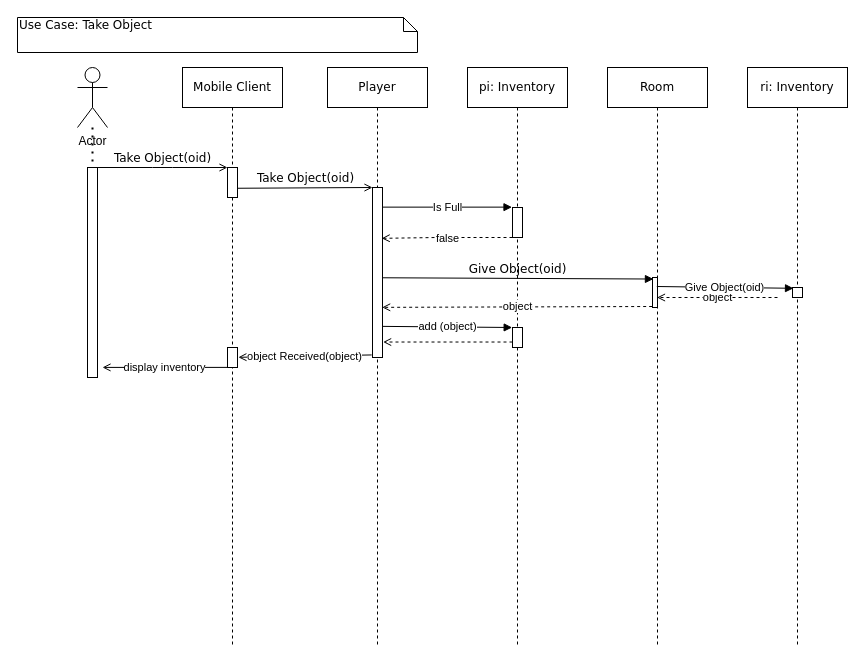
This is MUD Sequence_Give.drawio from rudfor/MUD, a draw.io file, before an edit. Source tidied: cells renumbered, new cells numbered last; positions are measured from the earlier drawing's top-left corner, leaving out a move shared by most shapes. Both pictures are drawn from the tidied source at 100%, with x=0, y=0 at pixel (17, 17).
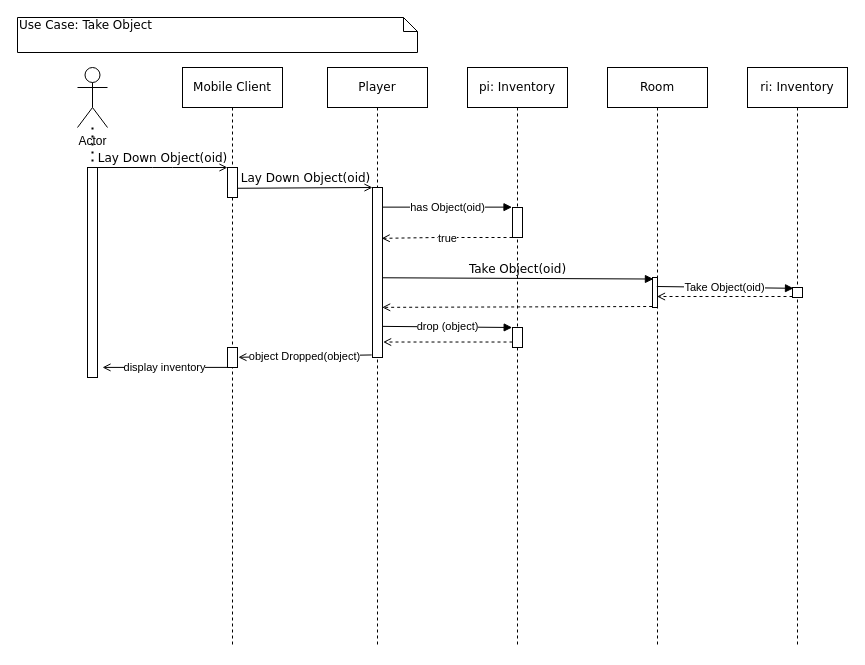
After the change.

Unchanged cells that the change refers to:
```xml
<mxCell id="3" style="html=1;points=[];perimeter=orthogonalPerimeter;rounded=0;shadow=0;comic=0;labelBackgroundColor=none;strokeWidth=1;fontFamily=Verdana;fontSize=12;align=center;" parent="2" vertex="1">
  <mxGeometry x="45" y="100" width="10" height="30" as="geometry" />
</mxCell>
<mxCell id="4" style="html=1;points=[];perimeter=orthogonalPerimeter;rounded=0;shadow=0;comic=0;labelBackgroundColor=none;strokeWidth=1;fontFamily=Verdana;fontSize=12;align=center;" parent="2" vertex="1">
  <mxGeometry x="45" y="280" width="10" height="20" as="geometry" />
</mxCell>
<mxCell id="6" style="html=1;points=[];perimeter=orthogonalPerimeter;rounded=0;shadow=0;comic=0;labelBackgroundColor=none;strokeWidth=1;fontFamily=Verdana;fontSize=12;align=center;" parent="5" vertex="1">
  <mxGeometry x="45" y="120" width="10" height="170" as="geometry" />
</mxCell>
<mxCell id="8" style="html=1;points=[];perimeter=orthogonalPerimeter;rounded=0;shadow=0;comic=0;labelBackgroundColor=none;strokeWidth=1;fontFamily=Verdana;fontSize=12;align=center;" parent="7" vertex="1">
  <mxGeometry x="45" y="260" width="10" height="20" as="geometry" />
</mxCell>
<mxCell id="9" style="html=1;points=[];perimeter=orthogonalPerimeter;rounded=0;shadow=0;comic=0;labelBackgroundColor=none;strokeWidth=1;fontFamily=Verdana;fontSize=12;align=center;" parent="7" vertex="1">
  <mxGeometry x="45" y="140" width="10" height="30" as="geometry" />
</mxCell>
<mxCell id="14" style="html=1;points=[];perimeter=orthogonalPerimeter;rounded=0;shadow=0;comic=0;labelBackgroundColor=none;strokeWidth=1;fontFamily=Verdana;fontSize=12;align=center;" parent="1" vertex="1">
  <mxGeometry x="70" y="150" width="10" height="210" as="geometry" />
</mxCell>
<mxCell id="17" value="Room" style="shape=umlLifeline;perimeter=lifelinePerimeter;whiteSpace=wrap;html=1;outlineConnect=0;rounded=0;shadow=0;comic=0;labelBackgroundColor=none;strokeWidth=1;fontFamily=Verdana;fontSize=12;align=center;" parent="1" vertex="1">
  <mxGeometry x="590" y="50" width="100" height="580" as="geometry" />
</mxCell>
<mxCell id="18" style="html=1;points=[];perimeter=orthogonalPerimeter;rounded=0;shadow=0;comic=0;labelBackgroundColor=none;strokeWidth=1;fontFamily=Verdana;fontSize=12;align=center;" parent="17" vertex="1">
  <mxGeometry x="45" y="210" width="5" height="30" as="geometry" />
</mxCell>
<mxCell id="20" style="html=1;points=[];perimeter=orthogonalPerimeter;rounded=0;shadow=0;comic=0;labelBackgroundColor=none;strokeWidth=1;fontFamily=Verdana;fontSize=12;align=center;" parent="19" vertex="1">
  <mxGeometry x="45" y="220" width="10" height="10" as="geometry" />
</mxCell>
<mxCell id="22" style="edgeStyle=none;rounded=0;jettySize=auto;html=1;dashed=1;entryX=0.919;entryY=0.299;entryDx=0;entryDy=0;entryPerimeter=0;endArrow=open;endFill=0;" parent="1" edge="1" source="9" target="6">
  <mxGeometry relative="1" as="geometry">
    <Array as="points">
      <mxPoint x="420" y="220" />
    </Array>
  </mxGeometry>
</mxCell>
```

What changed in the source:
```diff
@@
-    <mxCell id="10" value="Give Object(oid)" style="html=1;verticalAlign=bottom;endArrow=block;labelBackgroundColor=none;fontFamily=Verdana;fontSize=12;elbow=vertical;entryX=0.186;entryY=0.051;entryDx=0;entryDy=0;entryPerimeter=0;exitX=1;exitY=0.531;exitDx=0;exitDy=0;exitPerimeter=0;" parent="1" edge="1" source="6" target="18">
+    <mxCell id="10" value="Take Object(oid)" style="html=1;verticalAlign=bottom;endArrow=block;labelBackgroundColor=none;fontFamily=Verdana;fontSize=12;elbow=vertical;entryX=0.186;entryY=0.051;entryDx=0;entryDy=0;entryPerimeter=0;exitX=1;exitY=0.531;exitDx=0;exitDy=0;exitPerimeter=0;" parent="1" edge="1" source="6" target="18">
       <mxGeometry relative="1" as="geometry" />
     </mxCell>
-    <mxCell id="11" value="Take Object(oid)" style="html=1;verticalAlign=bottom;endArrow=open;entryX=0;entryY=0;labelBackgroundColor=none;fontFamily=Verdana;fontSize=12;edgeStyle=elbowEdgeStyle;elbow=vertical;endFill=0;" parent="1" edge="1" source="14">
+    <mxCell id="11" value="Lay Down Object(oid)" style="html=1;verticalAlign=bottom;endArrow=open;entryX=0;entryY=0;labelBackgroundColor=none;fontFamily=Verdana;fontSize=12;edgeStyle=elbowEdgeStyle;elbow=vertical;endFill=0;" parent="1" edge="1" source="14">
       <mxGeometry relative="1" as="geometry">
         <mxPoint x="210" y="150" as="targetPoint" />
       </mxGeometry>
     </mxCell>
-    <mxCell id="12" value="Take Object(oid)" style="html=1;verticalAlign=bottom;endArrow=open;entryX=0;entryY=0;labelBackgroundColor=none;fontFamily=Verdana;fontSize=12;edgeStyle=elbowEdgeStyle;elbow=vertical;endFill=0;exitX=1.038;exitY=0.692;exitDx=0;exitDy=0;exitPerimeter=0;" parent="1" edge="1" source="3" target="6">
+    <mxCell id="12" value="Lay Down Object(oid)" style="html=1;verticalAlign=bottom;endArrow=open;entryX=0;entryY=0;labelBackgroundColor=none;fontFamily=Verdana;fontSize=12;edgeStyle=elbowEdgeStyle;elbow=vertical;endFill=0;exitX=1.038;exitY=0.692;exitDx=0;exitDy=0;exitPerimeter=0;" parent="1" edge="1" source="3" target="6">
       <mxGeometry relative="1" as="geometry" />
     </mxCell>
@@
-    <mxCell id="21" value="Is Full" style="rounded=0;jettySize=auto;html=1;entryX=-0.05;entryY=-0.012;entryDx=0;entryDy=0;entryPerimeter=0;endArrow=block;endFill=1;" parent="1" edge="1" source="6" target="9">
+    <mxCell id="21" value="has Object(oid)" style="rounded=0;jettySize=auto;html=1;entryX=-0.05;entryY=-0.012;entryDx=0;entryDy=0;entryPerimeter=0;endArrow=block;endFill=1;" parent="1" edge="1" source="6" target="9">
       <mxGeometry relative="1" as="geometry" />
     </mxCell>
@@
-    <mxCell id="23" value="false" style="edgeLabel;html=1;align=center;verticalAlign=middle;" parent="22" vertex="1">
+    <mxCell id="23" value="true" style="edgeLabel;html=1;align=center;verticalAlign=middle;" parent="22" vertex="1">
       <mxGeometry x="0.01" relative="1" as="geometry" />
     </mxCell>
-    <mxCell id="24" value="object" style="edgeStyle=none;rounded=0;jettySize=auto;html=1;dashed=1;endArrow=open;endFill=0;exitX=-0.067;exitY=0.967;exitDx=0;exitDy=0;exitPerimeter=0;entryX=0.967;entryY=0.705;entryDx=0;entryDy=0;entryPerimeter=0;" parent="1" edge="1" source="18" target="6">
+    <mxCell id="24" style="edgeStyle=none;rounded=0;jettySize=auto;html=1;dashed=1;endArrow=open;endFill=0;exitX=-0.067;exitY=0.967;exitDx=0;exitDy=0;exitPerimeter=0;entryX=0.967;entryY=0.705;entryDx=0;entryDy=0;entryPerimeter=0;" parent="1" edge="1" source="18" target="6">
       <mxGeometry relative="1" as="geometry" />
     </mxCell>
-    <mxCell id="25" value="add (object)" style="edgeStyle=none;rounded=0;jettySize=auto;html=1;entryX=-0.033;entryY=0;entryDx=0;entryDy=0;entryPerimeter=0;endArrow=block;endFill=1;exitX=1.014;exitY=0.817;exitDx=0;exitDy=0;exitPerimeter=0;" parent="1" edge="1" source="6" target="8">
+    <mxCell id="25" value="drop (object)" style="edgeStyle=none;rounded=0;jettySize=auto;html=1;entryX=-0.033;entryY=0;entryDx=0;entryDy=0;entryPerimeter=0;endArrow=block;endFill=1;exitX=1.014;exitY=0.817;exitDx=0;exitDy=0;exitPerimeter=0;" parent="1" edge="1" source="6" target="8">
       <mxGeometry relative="1" as="geometry" />
     </mxCell>
-    <mxCell id="26" value="object" style="edgeStyle=none;rounded=0;jettySize=auto;html=1;endArrow=open;endFill=0;dashed=1;" parent="1" edge="1" target="17">
-      <mxGeometry relative="1" as="geometry">
-        <mxPoint x="760" y="280" as="sourcePoint" />
-      </mxGeometry>
+    <mxCell id="26" style="edgeStyle=none;rounded=0;jettySize=auto;html=1;endArrow=open;endFill=0;dashed=1;exitX=0;exitY=0.9;exitDx=0;exitDy=0;exitPerimeter=0;" parent="1" edge="1" source="20" target="17">
+      <mxGeometry relative="1" as="geometry" />
     </mxCell>
-    <mxCell id="27" value="Give Object(oid)" style="edgeStyle=none;rounded=0;jettySize=auto;html=1;entryX=0.1;entryY=0.081;entryDx=0;entryDy=0;entryPerimeter=0;endArrow=block;endFill=1;exitX=0.867;exitY=0.3;exitDx=0;exitDy=0;exitPerimeter=0;" parent="1" edge="1" source="18" target="20">
+    <mxCell id="27" value="Take Object(oid)" style="edgeStyle=none;rounded=0;jettySize=auto;html=1;entryX=0.1;entryY=0.081;entryDx=0;entryDy=0;entryPerimeter=0;endArrow=block;endFill=1;exitX=0.867;exitY=0.3;exitDx=0;exitDy=0;exitPerimeter=0;" parent="1" edge="1" source="18" target="20">
       <mxGeometry relative="1" as="geometry" />
     </mxCell>
@@
-    <mxCell id="29" value="object Received(object)" style="edgeStyle=none;rounded=0;jettySize=auto;html=1;entryX=1.086;entryY=0.49;entryDx=0;entryDy=0;entryPerimeter=0;endArrow=open;endFill=0;exitX=-0.081;exitY=0.985;exitDx=0;exitDy=0;exitPerimeter=0;" parent="1" edge="1" source="6" target="4">
+    <mxCell id="29" value="object Dropped(object)" style="edgeStyle=none;rounded=0;jettySize=auto;html=1;entryX=1.086;entryY=0.49;entryDx=0;entryDy=0;entryPerimeter=0;endArrow=open;endFill=0;exitX=-0.081;exitY=0.985;exitDx=0;exitDy=0;exitPerimeter=0;" parent="1" edge="1" source="6" target="4">
       <mxGeometry relative="1" as="geometry" />
     </mxCell>
```
